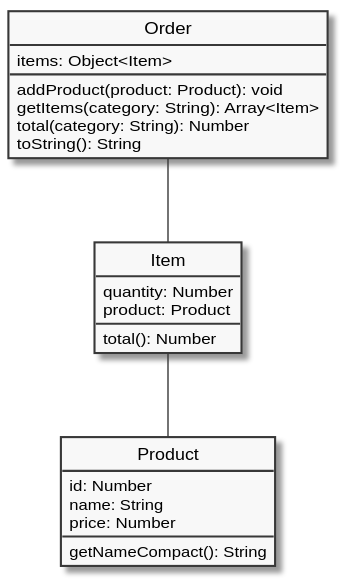
Above: problems/algorithms/object-order-category/assets/object-order-category.svg in ifpb/exercises (PlantUML), before the change. Its diagram source:
```plantuml
@startuml
skinparam classAttributeIconSize 0
skinparam monochrome true
hide circle

class Order {
    items: Object<Item>
    addProduct(product: Product): void
    getItems(category: String): Array<Item>
    total(category: String): Number
    toString(): String
}

class Item {
    quantity: Number
    product: Product
    total(): Number
}
Order -- Item

class Product {
    id: Number
    name: String
    price: Number
    getNameCompact(): String
}
Item -- Product

@enduml
```
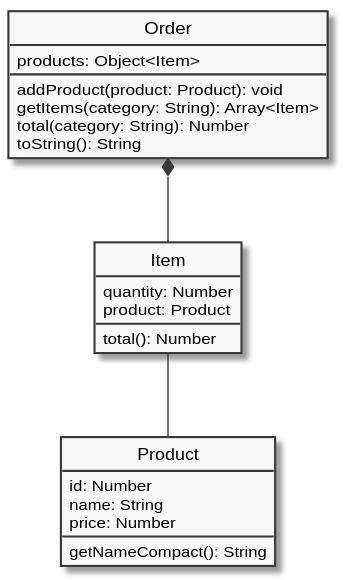
The same diagram one commit later.

The edit, as a diff of the source:
```diff
@@ -4,7 +4,7 @@
 hide circle
 
 class Order {
-    items: Object<Item>
+    products: Object<Item>
     addProduct(product: Product): void
     getItems(category: String): Array<Item>
     total(category: String): Number
@@ -16,7 +16,7 @@
     product: Product
     total(): Number
 }
-Order -- Item
+Order *-- Item
 
 class Product {
     id: Number
```
